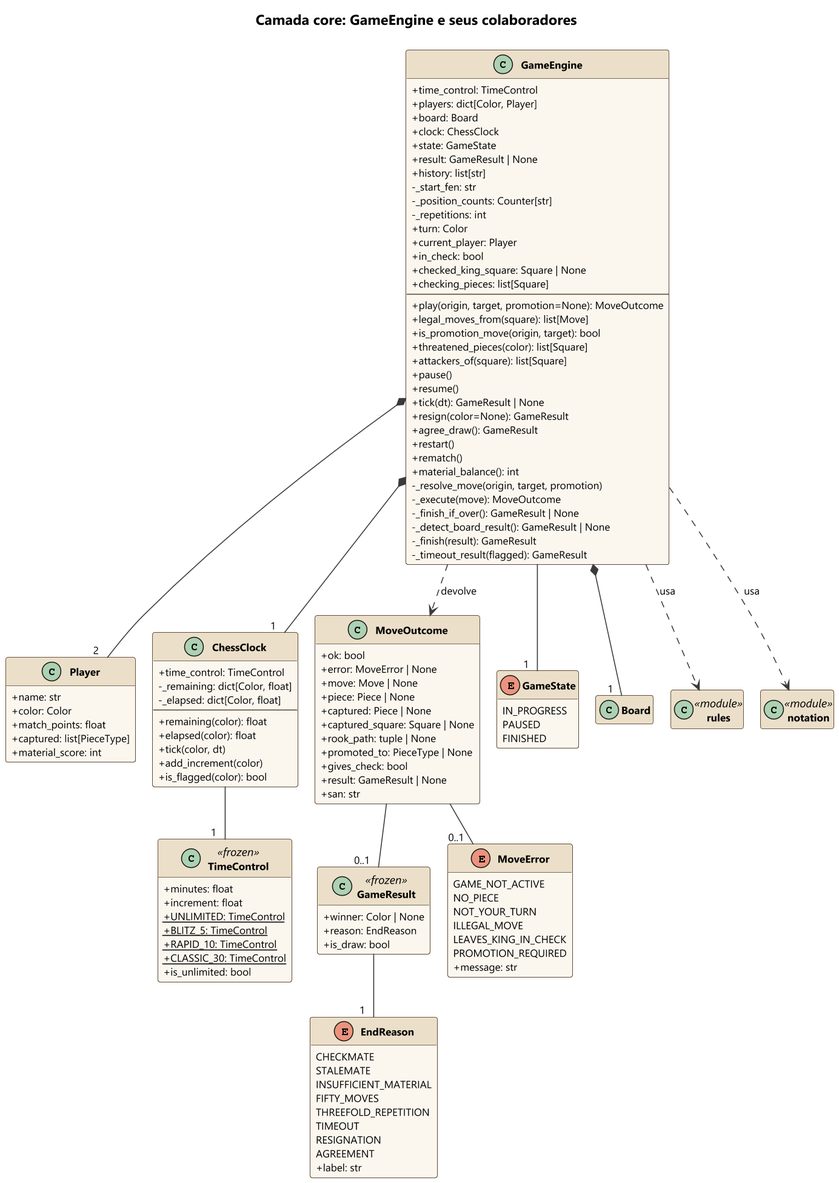
Before: docs/uml/img/classes_core_motor.png, a diagram exported from PlantUML (Kauhan33/chess-the-game). Its source is kept beside it as docs/uml/classes_core_motor.puml.
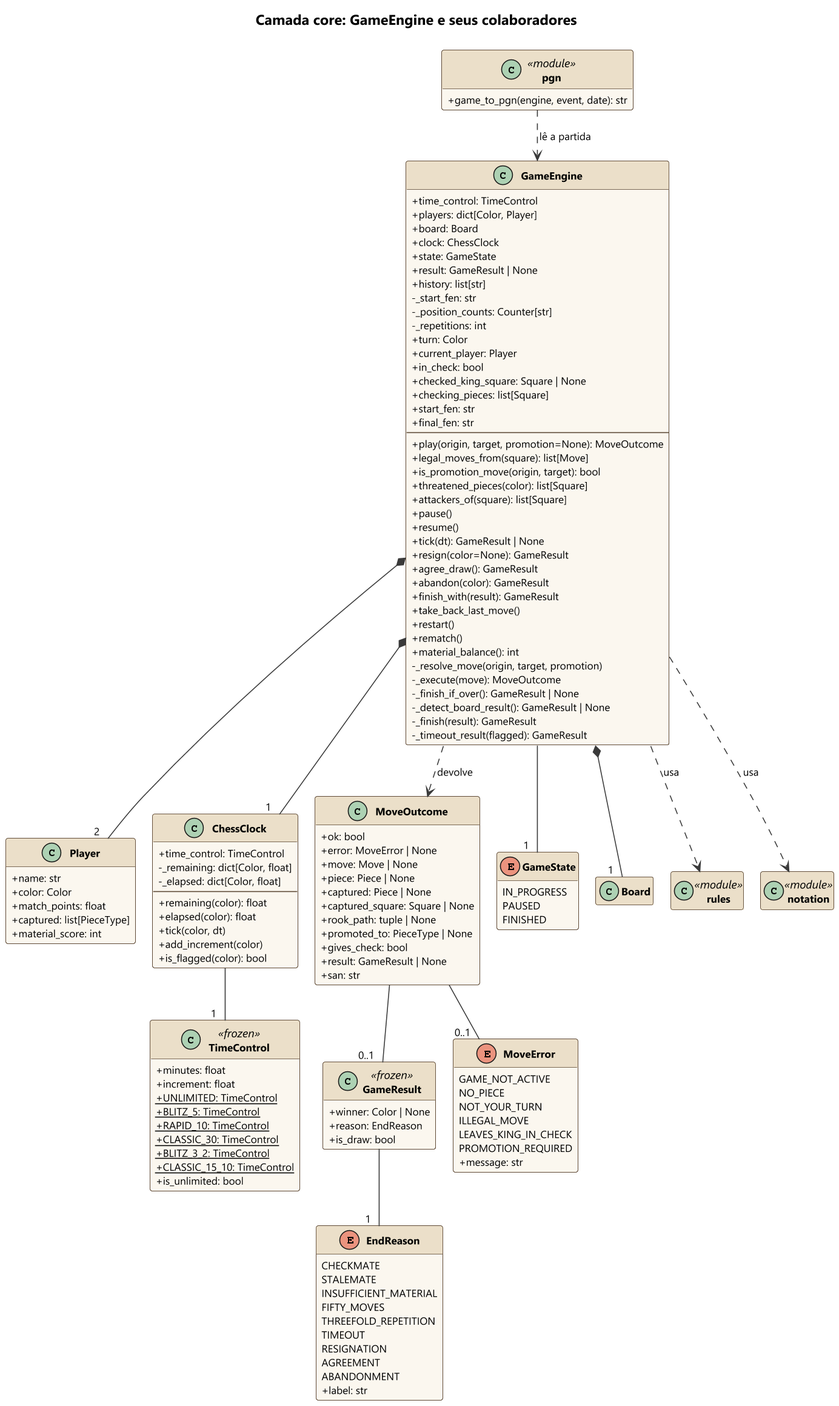
After the commit.

The edit, as a diff of the source:
```diff
@@ -20,6 +20,8 @@
   +in_check: bool
   +checked_king_square: Square | None
   +checking_pieces: list[Square]
+  +start_fen: str
+  +final_fen: str
   --
   +play(origin, target, promotion=None): MoveOutcome
   +legal_moves_from(square): list[Move]
@@ -31,6 +33,9 @@
   +tick(dt): GameResult | None
   +resign(color=None): GameResult
   +agree_draw(): GameResult
+  +abandon(color): GameResult
+  +finish_with(result): GameResult
+  +take_back_last_move()
   +restart()
   +rematch()
   +material_balance(): int
@@ -69,6 +74,8 @@
   {static} +BLITZ_5: TimeControl
   {static} +RAPID_10: TimeControl
   {static} +CLASSIC_30: TimeControl
+  {static} +BLITZ_3_2: TimeControl
+  {static} +CLASSIC_15_10: TimeControl
   +is_unlimited: bool
 }
 
@@ -107,6 +114,7 @@
   TIMEOUT
   RESIGNATION
   AGREEMENT
+  ABANDONMENT
   +label: str
 }
 
@@ -123,6 +131,9 @@
 class Board
 class rules <<module>>
 class notation <<module>>
+class pgn <<module>> {
+  +game_to_pgn(engine, event, date): str
+}
 
 GameEngine *-- "1$p" Board
 GameEngine *-- "2$p" Player
@@ -131,6 +142,7 @@
 GameEngine -- "1$p" GameState
 GameEngine ..> rules : usa
 GameEngine ..> notation : usa
+pgn ..> GameEngine : lê a partida
 ChessClock -- "1$p" TimeControl
 MoveOutcome -- "0..1$p" MoveError
 MoveOutcome -- "0..1$p" GameResult
```
